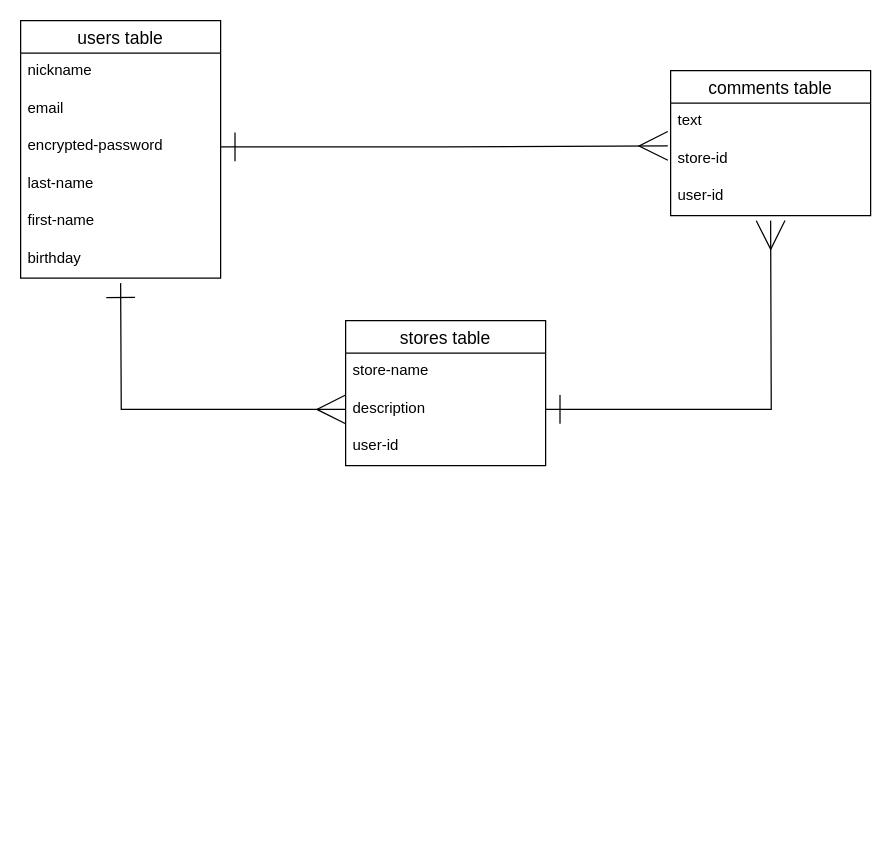
Before: sauna.dio in ft529y/sauna-36416, a draw.io diagram. Source tidied: cells renumbered, new cells numbered last; positions are measured from the earlier drawing's top-left corner, leaving out a move shared by most shapes. Both pictures are drawn from the tidied source at 125%, with x=0, y=0 at pixel (20, 20).
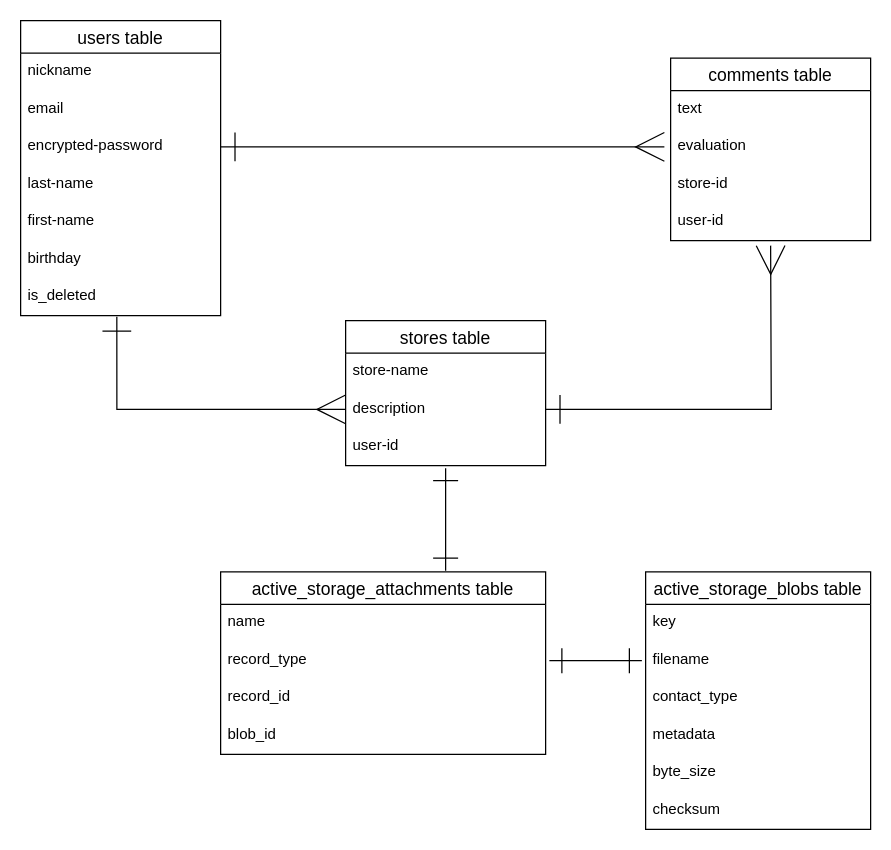
Above is the later version.

The change refers to these unchanged cells:
```xml
<mxCell id="5" value="encrypted-password" style="text;strokeColor=none;fillColor=none;spacingLeft=4;spacingRight=4;overflow=hidden;points=[[0,0.5],[1,0.5]];portConstraint=eastwest;fontSize=12;" parent="2" vertex="1">
  <mxGeometry y="86" width="160" height="30" as="geometry" />
</mxCell>
<mxCell id="15" value="description" style="text;strokeColor=none;fillColor=none;spacingLeft=4;spacingRight=4;overflow=hidden;points=[[0,0.5],[1,0.5]];portConstraint=eastwest;fontSize=12;" parent="13" vertex="1">
  <mxGeometry y="56" width="160" height="30" as="geometry" />
</mxCell>
```

Diff of the diagram source:
```diff
@@
     <mxCell id="2" value="users table" style="swimlane;fontStyle=0;horizontal=1;startSize=26;align=center;fontSize=14;" parent="1" vertex="1">
-      <mxGeometry width="160" height="206" as="geometry" />
+      <mxGeometry width="160" height="236" as="geometry" />
     </mxCell>
@@
+    <mxCell id="20" value="is_deleted" style="text;strokeColor=none;fillColor=none;spacingLeft=4;spacingRight=4;overflow=hidden;points=[[0,0.5],[1,0.5]];portConstraint=eastwest;fontSize=12;" parent="2" vertex="1">
+      <mxGeometry y="206" width="160" height="30" as="geometry" />
+    </mxCell>
     <mxCell id="9" value="comments table" style="swimlane;fontStyle=0;horizontal=1;startSize=26;align=center;fontSize=14;" parent="1" vertex="1">
-      <mxGeometry x="520" y="40" width="160" height="116" as="geometry" />
+      <mxGeometry x="520" y="30" width="160" height="146" as="geometry" />
     </mxCell>
@@
+    <mxCell id="21" value="evaluation" style="text;strokeColor=none;fillColor=none;spacingLeft=4;spacingRight=4;overflow=hidden;fontSize=12;" parent="9" vertex="1">
+      <mxGeometry y="56" width="160" height="30" as="geometry" />
+    </mxCell>
     <mxCell id="11" value="store-id" style="text;strokeColor=none;fillColor=none;spacingLeft=4;spacingRight=4;overflow=hidden;points=[[0,0.5],[1,0.5]];portConstraint=eastwest;fontSize=12;" parent="9" vertex="1">
-      <mxGeometry y="56" width="160" height="30" as="geometry" />
+      <mxGeometry y="86" width="160" height="30" as="geometry" />
     </mxCell>
     <mxCell id="12" value="user-id" style="text;strokeColor=none;fillColor=none;spacingLeft=4;spacingRight=4;overflow=hidden;fontSize=12;" parent="9" vertex="1">
-      <mxGeometry y="86" width="160" height="30" as="geometry" />
+      <mxGeometry y="116" width="160" height="30" as="geometry" />
     </mxCell>
@@
-    <mxCell id="17" style="edgeStyle=orthogonalEdgeStyle;rounded=0;jettySize=auto;html=1;exitX=1;exitY=0.5;exitDx=0;exitDy=0;entryX=-0.014;entryY=0.139;entryDx=0;entryDy=0;entryPerimeter=0;sourcePerimeterSpacing=6;targetPerimeterSpacing=6;endSize=21;startSize=21;endArrow=ERmany;endFill=0;startArrow=ERone;startFill=0;" parent="1" edge="1" source="5" target="11">
-      <mxGeometry relative="1" as="geometry" />
+    <mxCell id="17" style="edgeStyle=orthogonalEdgeStyle;rounded=0;jettySize=auto;html=1;exitX=1;exitY=0.5;exitDx=0;exitDy=0;sourcePerimeterSpacing=6;targetPerimeterSpacing=6;endSize=21;startSize=21;endArrow=ERmany;endFill=0;startArrow=ERone;startFill=0;" parent="1" edge="1" source="5">
+      <mxGeometry relative="1" as="geometry">
+        <mxPoint x="515" y="101" as="targetPoint" />
+      </mxGeometry>
     </mxCell>
-    <mxCell id="18" style="edgeStyle=orthogonalEdgeStyle;rounded=0;jettySize=auto;html=1;exitX=0;exitY=0.5;exitDx=0;exitDy=0;targetPerimeterSpacing=6;sourcePerimeterSpacing=6;endSize=21;startSize=21;endArrow=ERone;endFill=0;startArrow=ERmany;startFill=0;" parent="1" edge="1" source="15">
-      <mxGeometry relative="1" as="geometry">
-        <mxPoint x="80" y="210" as="targetPoint" />
-      </mxGeometry>
+    <mxCell id="18" style="edgeStyle=orthogonalEdgeStyle;rounded=0;jettySize=auto;html=1;exitX=0;exitY=0.5;exitDx=0;exitDy=0;targetPerimeterSpacing=6;sourcePerimeterSpacing=6;endSize=21;startSize=21;endArrow=ERone;endFill=0;startArrow=ERmany;startFill=0;entryX=0.481;entryY=1.028;entryDx=0;entryDy=0;entryPerimeter=0;" parent="1" edge="1" source="15" target="20">
+      <mxGeometry relative="1" as="geometry" />
     </mxCell>
     <mxCell id="19" style="edgeStyle=orthogonalEdgeStyle;rounded=0;jettySize=auto;html=1;exitX=1;exitY=0.5;exitDx=0;exitDy=0;targetPerimeterSpacing=6;sourcePerimeterSpacing=6;endSize=21;startSize=21;startArrow=ERone;startFill=0;endArrow=ERmany;endFill=0;" parent="1" edge="1" source="15">
       <mxGeometry relative="1" as="geometry">
-        <mxPoint x="600" y="160" as="targetPoint" />
+        <mxPoint x="600" y="180" as="targetPoint" />
       </mxGeometry>
     </mxCell>
+    <mxCell id="22" style="edgeStyle=orthogonalEdgeStyle;rounded=0;orthogonalLoop=1;jettySize=auto;html=1;targetPerimeterSpacing=6;endSize=18;sourcePerimeterSpacing=6;startSize=18;endArrow=ERone;endFill=0;startArrow=ERone;startFill=0;" parent="1" edge="1">
+      <mxGeometry relative="1" as="geometry">
+        <mxPoint x="340" y="440" as="sourcePoint" />
+        <mxPoint x="340" y="358" as="targetPoint" />
+        <Array as="points">
+          <mxPoint x="340" y="394" />
+          <mxPoint x="340" y="394" />
+        </Array>
+      </mxGeometry>
+    </mxCell>
+    <mxCell id="23" value="active_storage_attachments table" style="swimlane;fontStyle=0;horizontal=1;startSize=26;align=center;fontSize=14;" parent="1" vertex="1">
+      <mxGeometry x="160" y="441" width="260" height="146" as="geometry" />
+    </mxCell>
+    <mxCell id="24" value="name" style="text;strokeColor=none;fillColor=none;spacingLeft=4;spacingRight=4;overflow=hidden;fontSize=12;" parent="23" vertex="1">
+      <mxGeometry y="26" width="260" height="30" as="geometry" />
+    </mxCell>
+    <mxCell id="25" value="record_type" style="text;strokeColor=none;fillColor=none;spacingLeft=4;spacingRight=4;overflow=hidden;fontSize=12;" parent="23" vertex="1">
+      <mxGeometry y="56" width="260" height="30" as="geometry" />
+    </mxCell>
+    <mxCell id="26" value="record_id" style="text;strokeColor=none;fillColor=none;spacingLeft=4;spacingRight=4;overflow=hidden;fontSize=12;" parent="23" vertex="1">
+      <mxGeometry y="86" width="260" height="30" as="geometry" />
+    </mxCell>
+    <mxCell id="27" value="blob_id" style="text;strokeColor=none;fillColor=none;spacingLeft=4;spacingRight=4;overflow=hidden;fontSize=12;" parent="23" vertex="1">
+      <mxGeometry y="116" width="260" height="30" as="geometry" />
+    </mxCell>
+    <mxCell id="28" value="active_storage_blobs table" style="swimlane;fontStyle=0;horizontal=1;startSize=26;align=center;fontSize=14;" parent="1" vertex="1">
+      <mxGeometry x="500" y="441" width="180" height="206" as="geometry" />
+    </mxCell>
+    <mxCell id="29" value="key" style="text;strokeColor=none;fillColor=none;spacingLeft=4;spacingRight=4;overflow=hidden;fontSize=12;" parent="28" vertex="1">
+      <mxGeometry y="26" width="180" height="30" as="geometry" />
+    </mxCell>
+    <mxCell id="30" value="filename" style="text;strokeColor=none;fillColor=none;spacingLeft=4;spacingRight=4;overflow=hidden;fontSize=12;" parent="28" vertex="1">
+      <mxGeometry y="56" width="180" height="30" as="geometry" />
+    </mxCell>
+    <mxCell id="31" value="contact_type" style="text;strokeColor=none;fillColor=none;spacingLeft=4;spacingRight=4;overflow=hidden;fontSize=12;" parent="28" vertex="1">
+      <mxGeometry y="86" width="180" height="30" as="geometry" />
+    </mxCell>
+    <mxCell id="32" value="metadata" style="text;strokeColor=none;fillColor=none;spacingLeft=4;spacingRight=4;overflow=hidden;fontSize=12;" parent="28" vertex="1">
+      <mxGeometry y="116" width="180" height="30" as="geometry" />
+    </mxCell>
+    <mxCell id="33" value="byte_size" style="text;strokeColor=none;fillColor=none;spacingLeft=4;spacingRight=4;overflow=hidden;fontSize=12;" parent="28" vertex="1">
+      <mxGeometry y="146" width="180" height="30" as="geometry" />
+    </mxCell>
+    <mxCell id="34" value="checksum" style="text;strokeColor=none;fillColor=none;spacingLeft=4;spacingRight=4;overflow=hidden;fontSize=12;" parent="28" vertex="1">
+      <mxGeometry y="176" width="180" height="30" as="geometry" />
+    </mxCell>
+    <mxCell id="35" style="edgeStyle=orthogonalEdgeStyle;rounded=0;orthogonalLoop=1;jettySize=auto;html=1;entryX=0;entryY=0.5;entryDx=0;entryDy=0;startArrow=ERone;startFill=0;endArrow=ERone;endFill=0;startSize=18;endSize=18;sourcePerimeterSpacing=6;targetPerimeterSpacing=6;" parent="1" edge="1">
+      <mxGeometry relative="1" as="geometry">
+        <mxPoint x="423" y="512" as="sourcePoint" />
+        <mxPoint x="497" y="512" as="targetPoint" />
+        <Array as="points">
+          <mxPoint x="427" y="512" />
+          <mxPoint x="427" y="512" />
+        </Array>
+      </mxGeometry>
+    </mxCell>
```
